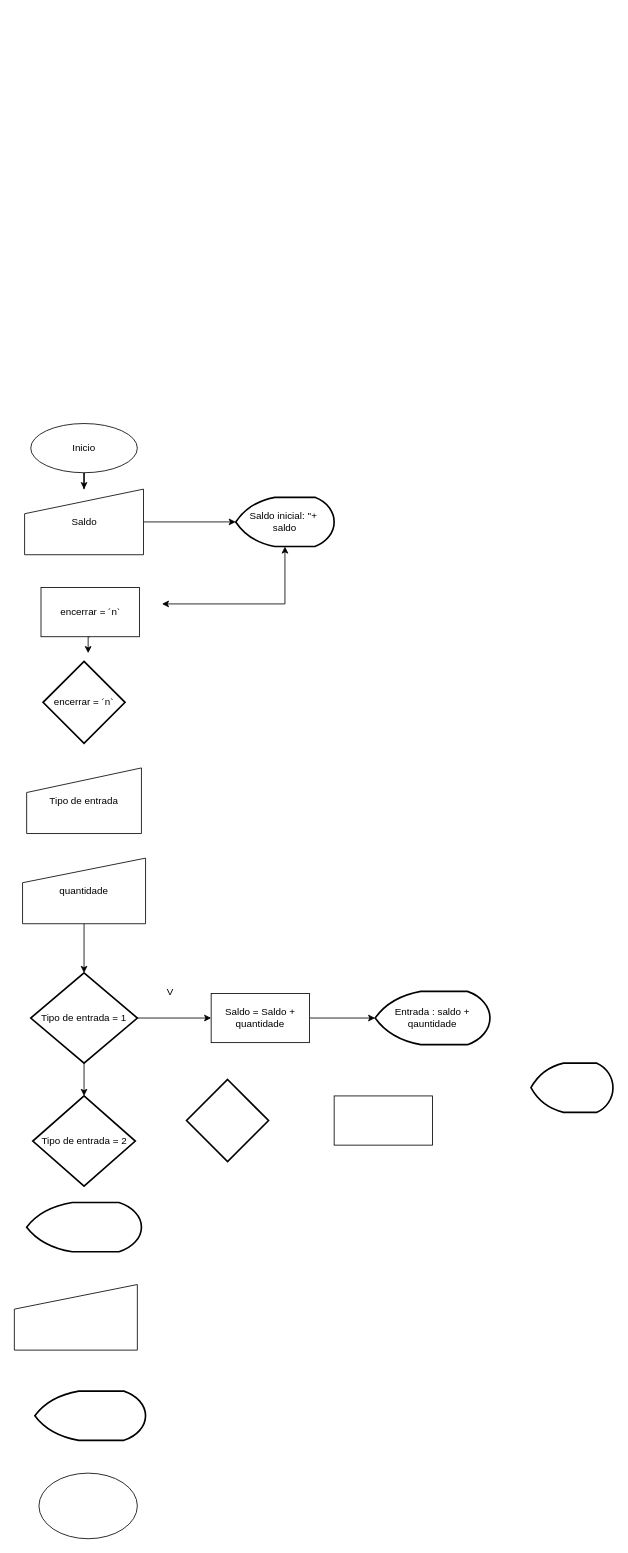
Earlier version of the draw.io diagram tarefa1.drawio (Antonietaflor/Senai-versao-colabora-ao). Source tidied: cells renumbered, new cells numbered last; positions are measured from the earlier drawing's top-left corner, leaving out a move shared by most shapes. Both pictures are drawn from the tidied source at 82%, with x=0, y=0 at pixel (14, 423).
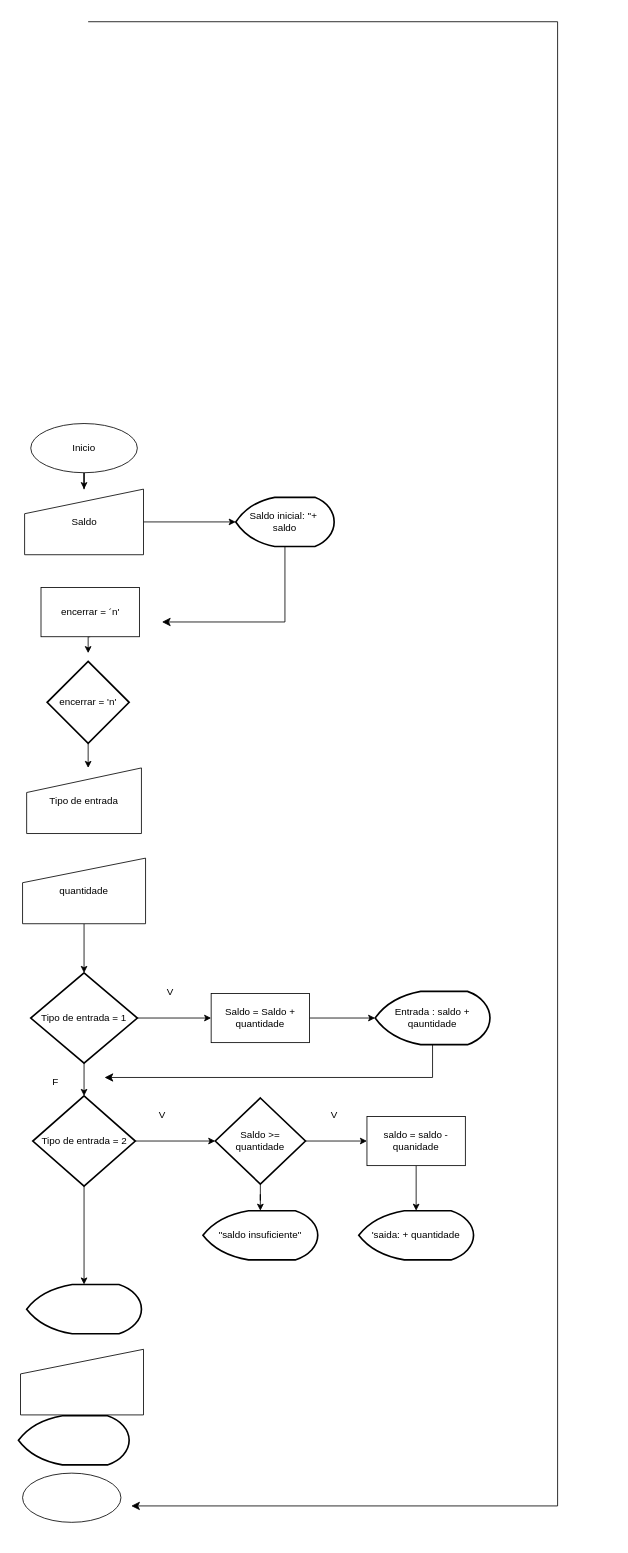
Above is the later version.

Unchanged cells that the change refers to:
```xml
<mxCell id="12" value="Tipo de entrada" style="shape=manualInput;whiteSpace=wrap;html=1;" parent="1" vertex="1">
  <mxGeometry x="15" y="420" width="140" height="80" as="geometry" />
</mxCell>
<mxCell id="16" value="Tipo de entrada = 2" style="strokeWidth=2;html=1;shape=mxgraph.flowchart.decision;whiteSpace=wrap;" parent="1" vertex="1">
  <mxGeometry x="22.5" y="820" width="125" height="110" as="geometry" />
</mxCell>
<mxCell id="20" value="Saldo inicial: ''+&amp;nbsp;&lt;div&gt;saldo&lt;/div&gt;" style="strokeWidth=2;html=1;shape=mxgraph.flowchart.display;whiteSpace=wrap;" parent="1" vertex="1">
  <mxGeometry x="270" y="90" width="120" height="60" as="geometry" />
</mxCell>
```

Change to the diagram source:
```diff
@@
-    <mxCell id="7" value="encerrar = ´n`" style="rounded=0;whiteSpace=wrap;html=1;" parent="1" vertex="1">
+    <mxCell id="7" value="encerrar = ´n'" style="rounded=0;whiteSpace=wrap;html=1;" parent="1" vertex="1">
       <mxGeometry x="32.5" y="200" width="120" height="60" as="geometry" />
     </mxCell>
+    <mxCell id="29" style="edgeStyle=orthogonalEdgeStyle;rounded=0;jettySize=auto;html=1;" parent="1" edge="1" source="8" target="12">
+      <mxGeometry relative="1" as="geometry">
+        <Array as="points">
+          <mxPoint x="90" y="420" />
+          <mxPoint x="90" y="420" />
+        </Array>
+      </mxGeometry>
+    </mxCell>
-    <mxCell id="8" value="encerrar = ´n`" style="strokeWidth=2;html=1;shape=mxgraph.flowchart.decision;whiteSpace=wrap;strokeColor=default;" parent="1" vertex="1">
-      <mxGeometry x="35" y="290" width="100" height="100" as="geometry" />
+    <mxCell id="8" value="encerrar = 'n'" style="strokeWidth=2;html=1;shape=mxgraph.flowchart.decision;whiteSpace=wrap;strokeColor=default;" parent="1" vertex="1">
+      <mxGeometry x="40" y="290" width="100" height="100" as="geometry" />
     </mxCell>
     <mxCell id="9" style="shape=manualInput;whiteSpace=wrap;html=1;" parent="1" vertex="1">
-      <mxGeometry y="1050" width="150" height="80" as="geometry" />
+      <mxGeometry x="7.5" y="1129" width="150" height="80" as="geometry" />
     </mxCell>
@@
+    <mxCell id="30" style="edgeStyle=orthogonalEdgeStyle;rounded=0;jettySize=auto;html=1;" parent="1" edge="1" source="16" target="19">
+      <mxGeometry relative="1" as="geometry" />
+    </mxCell>
+    <mxCell id="31" style="edgeStyle=orthogonalEdgeStyle;rounded=0;jettySize=auto;html=1;" parent="1" edge="1" source="16" target="22">
+      <mxGeometry relative="1" as="geometry" />
+    </mxCell>
@@
+    <mxCell id="32" style="edgeStyle=orthogonalEdgeStyle;rounded=0;jettySize=auto;html=1;" parent="1" edge="1" source="19" target="25">
+      <mxGeometry relative="1" as="geometry" />
+    </mxCell>
+    <mxCell id="33" style="edgeStyle=orthogonalEdgeStyle;rounded=0;jettySize=auto;html=1;" parent="1" edge="1" source="19" target="42">
+      <mxGeometry relative="1" as="geometry" />
+    </mxCell>
-    <mxCell id="19" style="strokeWidth=2;html=1;shape=mxgraph.flowchart.decision;whiteSpace=wrap;" parent="1" vertex="1">
-      <mxGeometry x="210" y="800" width="100" height="100" as="geometry" />
+    <mxCell id="19" value="Saldo &amp;gt;= quantidade" style="strokeWidth=2;html=1;shape=mxgraph.flowchart.decision;whiteSpace=wrap;" parent="1" vertex="1">
+      <mxGeometry x="245" y="822.5" width="110" height="105" as="geometry" />
     </mxCell>
@@
-    <mxCell id="21" style="strokeWidth=2;html=1;shape=mxgraph.flowchart.display;whiteSpace=wrap;" parent="1" vertex="1">
-      <mxGeometry x="630" y="780" width="100" height="60" as="geometry" />
-    </mxCell>
     <mxCell id="22" style="strokeWidth=2;html=1;shape=mxgraph.flowchart.display;whiteSpace=wrap;" parent="1" vertex="1">
-      <mxGeometry x="15" y="950" width="140" height="60" as="geometry" />
+      <mxGeometry x="15" y="1050" width="140" height="60" as="geometry" />
     </mxCell>
     <mxCell id="23" style="strokeWidth=2;html=1;shape=mxgraph.flowchart.display;whiteSpace=wrap;" parent="1" vertex="1">
-      <mxGeometry x="25" y="1180" width="135" height="60" as="geometry" />
+      <mxGeometry x="5" y="1210" width="135" height="60" as="geometry" />
     </mxCell>
@@
+    <mxCell id="34" style="edgeStyle=orthogonalEdgeStyle;rounded=0;jettySize=auto;html=1;" parent="1" edge="1" source="25" target="41">
+      <mxGeometry relative="1" as="geometry" />
+    </mxCell>
-    <mxCell id="25" style="rounded=0;whiteSpace=wrap;html=1;" parent="1" vertex="1">
-      <mxGeometry x="390" y="820" width="120" height="60" as="geometry" />
+    <mxCell id="25" value="saldo = saldo -quanidade" style="rounded=0;whiteSpace=wrap;html=1;" parent="1" vertex="1">
+      <mxGeometry x="430" y="845" width="120" height="60" as="geometry" />
     </mxCell>
     <mxCell id="26" style="ellipse;whiteSpace=wrap;html=1;" parent="1" vertex="1">
-      <mxGeometry x="30" y="1280" width="120" height="80" as="geometry" />
+      <mxGeometry x="10" y="1280" width="120" height="60" as="geometry" />
     </mxCell>
-    <mxCell id="27" style="endArrow=classic;startArrow=classic;html=1;rounded=0;entryX=0.5;entryY=1;entryDx=0;entryDy=0;entryPerimeter=0;" parent="1" edge="1" target="20">
-      <mxGeometry relative="1" as="geometry">
-        <mxPoint x="180" y="220" as="sourcePoint" />
-        <Array as="points">
-          <mxPoint x="330" y="220" />
-        </Array>
-      </mxGeometry>
-    </mxCell>
@@
+    <mxCell id="35" style="edgeStyle=segmentEdgeStyle;endArrow=classic;html=1;curved=0;rounded=0;endSize=8;startSize=8;" parent="1" edge="1">
+      <mxGeometry relative="1" as="geometry">
+        <mxPoint x="510" y="757.5" as="sourcePoint" />
+        <mxPoint x="110" y="797.5" as="targetPoint" />
+        <Array as="points">
+          <mxPoint x="510" y="797.5" />
+        </Array>
+      </mxGeometry>
+    </mxCell>
+    <mxCell id="36" style="edgeStyle=elbowEdgeStyle;elbow=horizontal;endArrow=classic;html=1;curved=0;rounded=0;endSize=8;startSize=8;exitX=0.5;exitY=1;exitDx=0;exitDy=0;exitPerimeter=0;" parent="1" edge="1" source="20">
+      <mxGeometry relative="1" as="geometry">
+        <mxPoint x="180" y="242" as="targetPoint" />
+        <Array as="points">
+          <mxPoint x="330" y="232" />
+        </Array>
+      </mxGeometry>
+    </mxCell>
+    <mxCell id="37" style="edgeStyle=segmentEdgeStyle;endArrow=classic;html=1;curved=0;rounded=0;endSize=8;startSize=8;" parent="1" edge="1">
+      <mxGeometry relative="1" as="geometry">
+        <mxPoint x="90" y="-490" as="sourcePoint" />
+        <mxPoint x="142.5" y="1320" as="targetPoint" />
+        <Array as="points">
+          <mxPoint x="662.5" y="-490" />
+        </Array>
+      </mxGeometry>
+    </mxCell>
+    <mxCell id="38" value="F" style="text;html=1;align=center;verticalAlign=middle;strokeColor=none;fillColor=none;" parent="1" vertex="1">
+      <mxGeometry x="35" y="788" width="30" height="30" as="geometry" />
+    </mxCell>
+    <mxCell id="39" value="V" style="text;html=1;align=center;verticalAlign=middle;strokeColor=none;fillColor=none;" parent="1" vertex="1">
+      <mxGeometry x="165" y="828" width="30" height="30" as="geometry" />
+    </mxCell>
+    <mxCell id="40" value="V" style="text;html=1;align=center;verticalAlign=middle;strokeColor=none;fillColor=none;" parent="1" vertex="1">
+      <mxGeometry x="375" y="828" width="30" height="30" as="geometry" />
+    </mxCell>
+    <mxCell id="41" value="'saida: + quantidade" style="strokeWidth=2;html=1;shape=mxgraph.flowchart.display;whiteSpace=wrap;" parent="1" vertex="1">
+      <mxGeometry x="420" y="960" width="140" height="60" as="geometry" />
+    </mxCell>
+    <mxCell id="42" value="&quot;saldo insuficiente&quot;" style="strokeWidth=2;html=1;shape=mxgraph.flowchart.display;whiteSpace=wrap;" parent="1" vertex="1">
+      <mxGeometry x="230" y="960" width="140" height="60" as="geometry" />
+    </mxCell>
```
